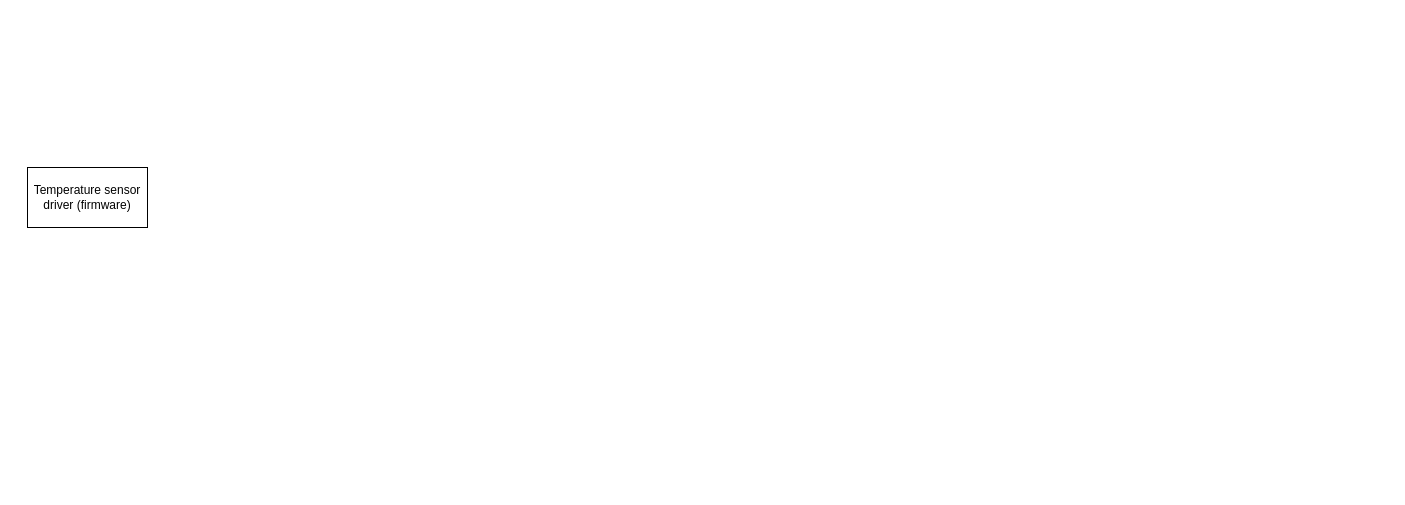
Earlier version of the draw.io diagram FlowSensorDependencyGraph.drawio (rrivirr/rriv-diagrams). Source tidied: cells renumbered, new cells numbered last; positions are measured from the earlier drawing's top-left corner, leaving out a move shared by most shapes. Both pictures are drawn from the tidied source at 100%, with x=0, y=0 at pixel (27, 167).
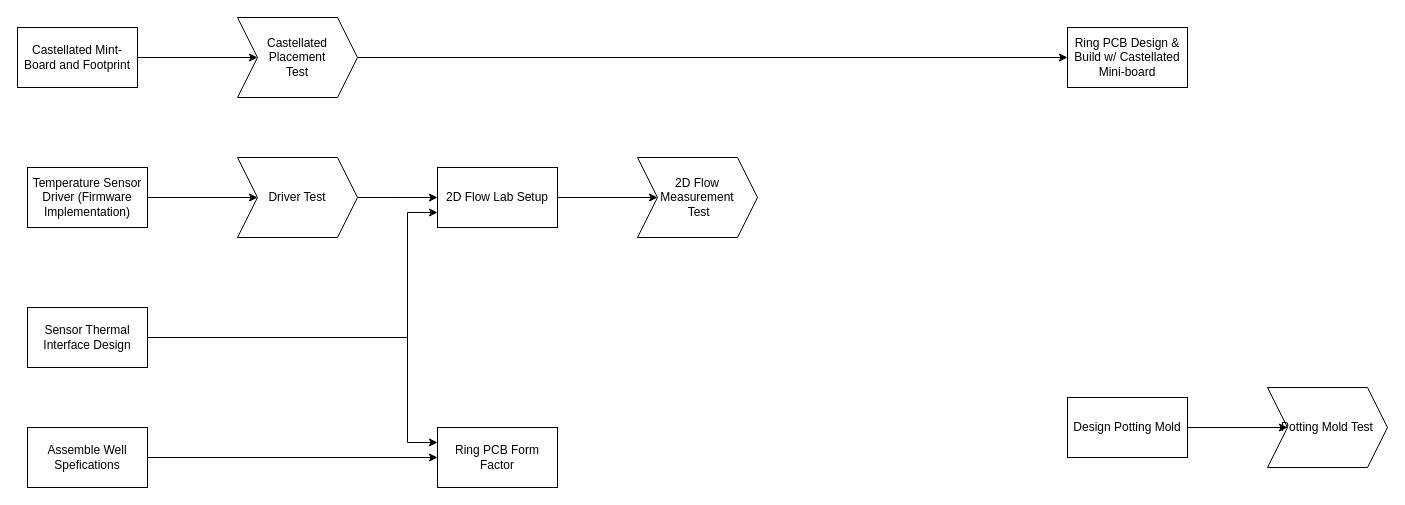
The same diagram, later.

What changed in the source:
```diff
@@
+    <mxCell id="3" style="edgeStyle=orthogonalEdgeStyle;rounded=0;jettySize=auto;html=1;entryX=0;entryY=0.5;entryDx=0;entryDy=0;" parent="1" edge="1" source="2" target="5">
+      <mxGeometry relative="1" as="geometry" />
+    </mxCell>
-    <mxCell id="2" value="Temperature sensor driver (firmware)" style="rounded=0;whiteSpace=wrap;html=1;" parent="1" vertex="1">
+    <mxCell id="2" value="Temperature Sensor Driver (Firmware Implementation)" style="rounded=0;whiteSpace=wrap;html=1;" parent="1" vertex="1">
       <mxGeometry width="120" height="60" as="geometry" />
     </mxCell>
+    <mxCell id="4" style="edgeStyle=orthogonalEdgeStyle;rounded=0;jettySize=auto;html=1;entryX=0;entryY=0.5;entryDx=0;entryDy=0;" parent="1" edge="1" source="5">
+      <mxGeometry relative="1" as="geometry">
+        <mxPoint x="410" y="30" as="targetPoint" />
+      </mxGeometry>
+    </mxCell>
+    <mxCell id="5" value="Driver Test" style="shape=step;perimeter=stepPerimeter;whiteSpace=wrap;html=1;fixedSize=1;" parent="1" vertex="1">
+      <mxGeometry x="210" y="-10" width="120" height="80" as="geometry" />
+    </mxCell>
+    <mxCell id="6" value="&lt;div&gt;2D Flow Measurement&lt;/div&gt;&lt;div&gt;&amp;nbsp;Test&lt;/div&gt;" style="shape=step;perimeter=stepPerimeter;whiteSpace=wrap;html=1;fixedSize=1;" parent="1" vertex="1">
+      <mxGeometry x="610" y="-10" width="120" height="80" as="geometry" />
+    </mxCell>
+    <mxCell id="7" value="Ring PCB Form Factor" style="whiteSpace=wrap;html=1;" parent="1" vertex="1">
+      <mxGeometry x="410" y="260" width="120" height="60" as="geometry" />
+    </mxCell>
+    <mxCell id="8" style="edgeStyle=orthogonalEdgeStyle;rounded=0;jettySize=auto;html=1;entryX=0;entryY=0.75;entryDx=0;entryDy=0;" parent="1" edge="1" source="10" target="12">
+      <mxGeometry relative="1" as="geometry">
+        <Array as="points">
+          <mxPoint x="380" y="170" />
+          <mxPoint x="380" y="45" />
+        </Array>
+      </mxGeometry>
+    </mxCell>
+    <mxCell id="9" style="edgeStyle=orthogonalEdgeStyle;rounded=0;jettySize=auto;html=1;entryX=0;entryY=0.25;entryDx=0;entryDy=0;" parent="1" edge="1" source="10" target="7">
+      <mxGeometry relative="1" as="geometry">
+        <Array as="points">
+          <mxPoint x="380" y="170" />
+          <mxPoint x="380" y="275" />
+        </Array>
+      </mxGeometry>
+    </mxCell>
+    <mxCell id="10" value="Sensor Thermal Interface Design" style="rounded=0;whiteSpace=wrap;html=1;" parent="1" vertex="1">
+      <mxGeometry y="140" width="120" height="60" as="geometry" />
+    </mxCell>
+    <mxCell id="11" style="edgeStyle=orthogonalEdgeStyle;rounded=0;jettySize=auto;html=1;" parent="1" edge="1" source="12" target="6">
+      <mxGeometry relative="1" as="geometry" />
+    </mxCell>
+    <mxCell id="12" value="2D Flow Lab Setup" style="rounded=0;whiteSpace=wrap;html=1;" parent="1" vertex="1">
+      <mxGeometry x="410" width="120" height="60" as="geometry" />
+    </mxCell>
+    <mxCell id="13" style="edgeStyle=orthogonalEdgeStyle;rounded=0;jettySize=auto;html=1;entryX=0;entryY=0.5;entryDx=0;entryDy=0;" parent="1" edge="1" source="14" target="7">
+      <mxGeometry relative="1" as="geometry" />
+    </mxCell>
+    <mxCell id="14" value="Assemble Well Spefications" style="rounded=0;whiteSpace=wrap;html=1;" parent="1" vertex="1">
+      <mxGeometry y="260" width="120" height="60" as="geometry" />
+    </mxCell>
+    <mxCell id="15" style="edgeStyle=orthogonalEdgeStyle;rounded=0;jettySize=auto;html=1;" parent="1" edge="1" source="16" target="18">
+      <mxGeometry relative="1" as="geometry" />
+    </mxCell>
+    <mxCell id="16" value="Castellated Mint-Board and Footprint " style="rounded=0;whiteSpace=wrap;html=1;" parent="1" vertex="1">
+      <mxGeometry x="-10" y="-140" width="120" height="60" as="geometry" />
+    </mxCell>
+    <mxCell id="17" style="edgeStyle=orthogonalEdgeStyle;rounded=0;jettySize=auto;html=1;" parent="1" edge="1" source="18" target="19">
+      <mxGeometry relative="1" as="geometry" />
+    </mxCell>
+    <mxCell id="18" value="Castellated Placement &lt;br&gt;Test" style="shape=step;perimeter=stepPerimeter;whiteSpace=wrap;html=1;fixedSize=1;" parent="1" vertex="1">
+      <mxGeometry x="210" y="-150" width="120" height="80" as="geometry" />
+    </mxCell>
+    <mxCell id="19" value="Ring PCB Design &amp;amp; Build w/ Castellated Mini-board" style="rounded=0;whiteSpace=wrap;html=1;" parent="1" vertex="1">
+      <mxGeometry x="1040" y="-140" width="120" height="60" as="geometry" />
+    </mxCell>
+    <mxCell id="20" style="edgeStyle=orthogonalEdgeStyle;rounded=0;jettySize=auto;html=1;" parent="1" edge="1" source="21" target="22">
+      <mxGeometry relative="1" as="geometry" />
+    </mxCell>
+    <mxCell id="21" value="Design Potting Mold" style="whiteSpace=wrap;html=1;" parent="1" vertex="1">
+      <mxGeometry x="1040" y="230" width="120" height="60" as="geometry" />
+    </mxCell>
+    <mxCell id="22" value="Potting Mold Test" style="shape=step;perimeter=stepPerimeter;whiteSpace=wrap;html=1;fixedSize=1;" parent="1" vertex="1">
+      <mxGeometry x="1240" y="220" width="120" height="80" as="geometry" />
+    </mxCell>
```
